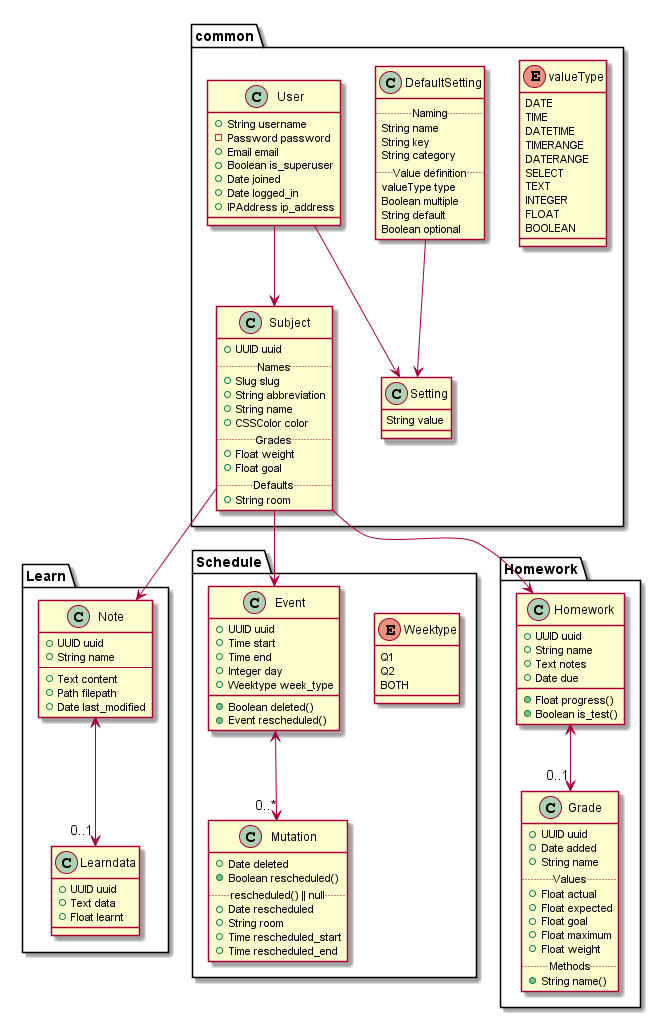
Before: DATABASE_V2.png, a diagram exported from PlantUML (schoolsyst/api).
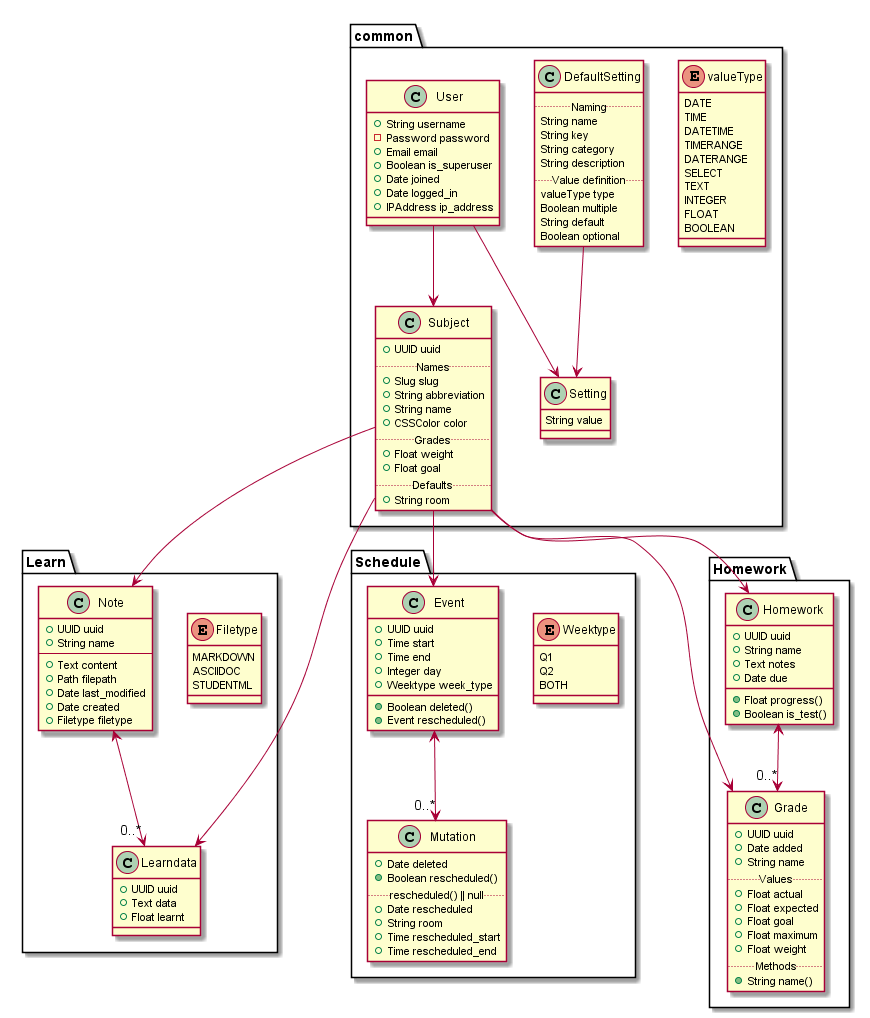
The same file after the commit.

Diff of the diagram source:
```diff
@@ -32,6 +32,7 @@
         String name
         String key
         String category
+        String description
         ..Value definition..
         valueType type
         Boolean multiple
@@ -54,6 +55,12 @@
     }
 }
 package Learn {
+    enum Filetype {
+        MARKDOWN
+        ASCIIDOC
+        STUDENTML
+    }
+
     class Note {
         + UUID uuid
         + String name
@@ -61,6 +68,8 @@
         + Text content
         + Path filepath
         + Date last_modified
+        + Date created
+        + Filetype filetype
     }
 
     class Learndata {
@@ -130,8 +139,10 @@
 Subject --> Note
 Subject --> Homework
 Subject --> Event
+Subject --> Learndata
+Subject --> Grade
 
-Homework <--> "0..1" Grade
-Note <--> "0..1" Learndata
+Note <--> "0..*" Learndata
+Homework <--> "0..*" Grade
 Event <--> "0..*" Mutation
 @enduml
```
